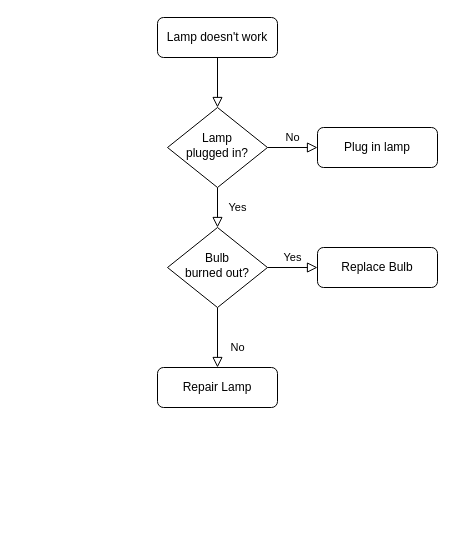
Nukaraju2003/UML_diagrams keeps this draw.io diagram as Untitled Diagram.drawio. Above is the earlier version. Source tidied: cells renumbered, new cells numbered last; positions are measured from the earlier drawing's top-left corner, leaving out a move shared by most shapes. Both pictures are drawn from the tidied source at 100%, with x=0, y=0 at pixel (157, 17).
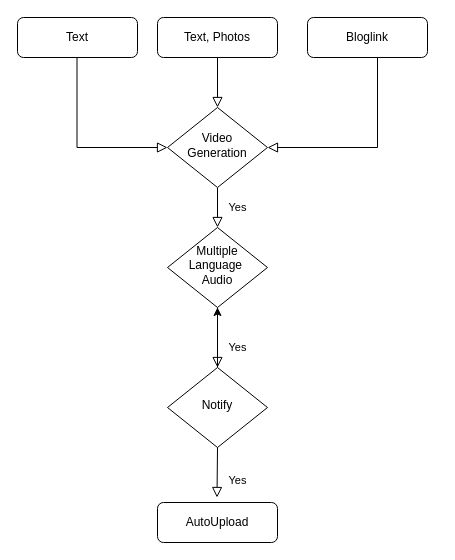
After the change.

Change to the diagram source:
```diff
@@
-    <mxCell id="3" value="Lamp doesn't work" style="rounded=1;whiteSpace=wrap;html=1;fontSize=12;glass=0;strokeWidth=1;shadow=0;" parent="1" vertex="1">
+    <mxCell id="3" value="Text, Photos" style="rounded=1;whiteSpace=wrap;html=1;fontSize=12;glass=0;strokeWidth=1;shadow=0;" parent="1" vertex="1">
       <mxGeometry width="120" height="40" as="geometry" />
     </mxCell>
@@
-    <mxCell id="5" value="No" style="edgeStyle=orthogonalEdgeStyle;rounded=0;html=1;jettySize=auto;fontSize=11;endArrow=block;endFill=0;endSize=8;strokeWidth=1;shadow=0;labelBackgroundColor=none;" parent="1" edge="1" source="6" target="7">
-      <mxGeometry y="10" relative="1" as="geometry" />
-    </mxCell>
-    <mxCell id="6" value="Lamp&lt;br&gt;plugged in?" style="rhombus;whiteSpace=wrap;html=1;shadow=0;fontFamily=Helvetica;fontSize=12;align=center;strokeWidth=1;spacing=6;spacingTop=-4;" parent="1" vertex="1">
+    <mxCell id="6" value="Video Generation" style="rhombus;whiteSpace=wrap;html=1;shadow=0;fontFamily=Helvetica;fontSize=12;align=center;strokeWidth=1;spacing=6;spacingTop=-4;" parent="1" vertex="1">
       <mxGeometry x="10" y="90" width="100" height="80" as="geometry" />
     </mxCell>
-    <mxCell id="7" value="Plug in lamp" style="rounded=1;whiteSpace=wrap;html=1;fontSize=12;glass=0;strokeWidth=1;shadow=0;" parent="1" vertex="1">
-      <mxGeometry x="160" y="110" width="120" height="40" as="geometry" />
-    </mxCell>
-    <mxCell id="8" value="No" style="rounded=0;html=1;jettySize=auto;fontSize=11;endArrow=block;endFill=0;endSize=8;strokeWidth=1;shadow=0;labelBackgroundColor=none;edgeStyle=orthogonalEdgeStyle;" parent="1" edge="1" source="10" target="11">
-      <mxGeometry x="0.33" y="20" relative="1" as="geometry" />
+    <mxCell id="8" value="Yes" style="rounded=0;html=1;jettySize=auto;fontSize=11;endArrow=block;endFill=0;endSize=8;strokeWidth=1;shadow=0;labelBackgroundColor=none;edgeStyle=orthogonalEdgeStyle;" parent="1" edge="1" source="10">
+      <mxGeometry x="0.33" y="20" relative="1" as="geometry">
+        <mxPoint x="60" y="350" as="targetPoint" />
+      </mxGeometry>
     </mxCell>
+    <mxCell id="10" value="Multiple Language&amp;nbsp;&lt;br&gt;Audio" style="rhombus;whiteSpace=wrap;html=1;shadow=0;fontFamily=Helvetica;fontSize=12;align=center;strokeWidth=1;spacing=6;spacingTop=-4;" parent="1" vertex="1">
+      <mxGeometry x="10" y="210" width="100" height="80" as="geometry" />
+    </mxCell>
+    <mxCell id="13" style="edgeStyle=orthogonalEdgeStyle;rounded=0;jettySize=auto;html=1;" parent="1" edge="1" source="14" target="10">
+      <mxGeometry relative="1" as="geometry" />
+    </mxCell>
+    <mxCell id="14" value="Notify" style="rhombus;whiteSpace=wrap;html=1;shadow=0;fontFamily=Helvetica;fontSize=12;align=center;strokeWidth=1;spacing=6;spacingTop=-4;" parent="1" vertex="1">
+      <mxGeometry x="10" y="350" width="100" height="80" as="geometry" />
+    </mxCell>
+    <mxCell id="15" value="AutoUpload" style="rounded=1;whiteSpace=wrap;html=1;fontSize=12;glass=0;strokeWidth=1;shadow=0;" parent="1" vertex="1">
+      <mxGeometry y="485" width="120" height="40" as="geometry" />
+    </mxCell>
-    <mxCell id="9" value="Yes" style="edgeStyle=orthogonalEdgeStyle;rounded=0;html=1;jettySize=auto;fontSize=11;endArrow=block;endFill=0;endSize=8;strokeWidth=1;shadow=0;labelBackgroundColor=none;" parent="1" edge="1" source="10" target="12">
-      <mxGeometry y="10" relative="1" as="geometry" />
+    <mxCell id="9" value="Yes" style="rounded=0;html=1;jettySize=auto;fontSize=11;endArrow=block;endFill=0;endSize=8;strokeWidth=1;shadow=0;labelBackgroundColor=none;edgeStyle=orthogonalEdgeStyle;exitX=0.5;exitY=1;exitDx=0;exitDy=0;" parent="1" edge="1" source="14">
+      <mxGeometry x="0.33" y="20" relative="1" as="geometry">
+        <mxPoint x="59.5" y="480" as="targetPoint" />
+      </mxGeometry>
     </mxCell>
-    <mxCell id="10" value="Bulb&lt;br&gt;burned out?" style="rhombus;whiteSpace=wrap;html=1;shadow=0;fontFamily=Helvetica;fontSize=12;align=center;strokeWidth=1;spacing=6;spacingTop=-4;" parent="1" vertex="1">
-      <mxGeometry x="10" y="210" width="100" height="80" as="geometry" />
-    </mxCell>
-    <mxCell id="11" value="Repair Lamp" style="rounded=1;whiteSpace=wrap;html=1;fontSize=12;glass=0;strokeWidth=1;shadow=0;" parent="1" vertex="1">
-      <mxGeometry y="350" width="120" height="40" as="geometry" />
-    </mxCell>
-    <mxCell id="12" value="Replace Bulb" style="rounded=1;whiteSpace=wrap;html=1;fontSize=12;glass=0;strokeWidth=1;shadow=0;" parent="1" vertex="1">
-      <mxGeometry x="160" y="230" width="120" height="40" as="geometry" />
-    </mxCell>
+    <mxCell id="16" value="Text" style="rounded=1;whiteSpace=wrap;html=1;fontSize=12;glass=0;strokeWidth=1;shadow=0;" parent="1" vertex="1">
+      <mxGeometry x="-140" width="120" height="40" as="geometry" />
+    </mxCell>
+    <mxCell id="17" style="rounded=0;html=1;jettySize=auto;fontSize=11;endArrow=block;endFill=0;endSize=8;strokeWidth=1;shadow=0;labelBackgroundColor=none;edgeStyle=orthogonalEdgeStyle;entryX=0;entryY=0.5;entryDx=0;entryDy=0;" parent="1" edge="1" target="6">
+      <mxGeometry relative="1" as="geometry">
+        <mxPoint x="-80.5" y="40" as="sourcePoint" />
+        <Array as="points">
+          <mxPoint x="-80" y="130" />
+        </Array>
+      </mxGeometry>
+    </mxCell>
+    <mxCell id="18" value="Bloglink" style="rounded=1;whiteSpace=wrap;html=1;fontSize=12;glass=0;strokeWidth=1;shadow=0;" parent="1" vertex="1">
+      <mxGeometry x="150" width="120" height="40" as="geometry" />
+    </mxCell>
+    <mxCell id="19" style="rounded=0;html=1;jettySize=auto;orthogonalLoop=1;fontSize=11;endArrow=block;endFill=0;endSize=8;strokeWidth=1;shadow=0;labelBackgroundColor=none;edgeStyle=orthogonalEdgeStyle;" parent="1" edge="1">
+      <mxGeometry relative="1" as="geometry">
+        <mxPoint x="220" y="40" as="sourcePoint" />
+        <mxPoint x="110" y="130" as="targetPoint" />
+        <Array as="points">
+          <mxPoint x="220" y="130" />
+          <mxPoint x="120" y="130" />
+        </Array>
+      </mxGeometry>
+    </mxCell>
```
